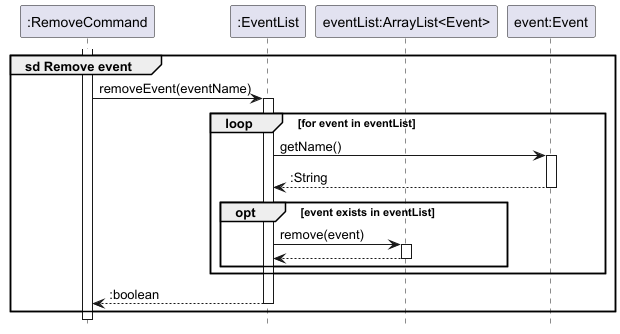
nus-cs2113-AY2425S1/tp keeps this PlantUML diagram as docs/images/RemoveEventSequenceDiagram.png. Above is the earlier version.
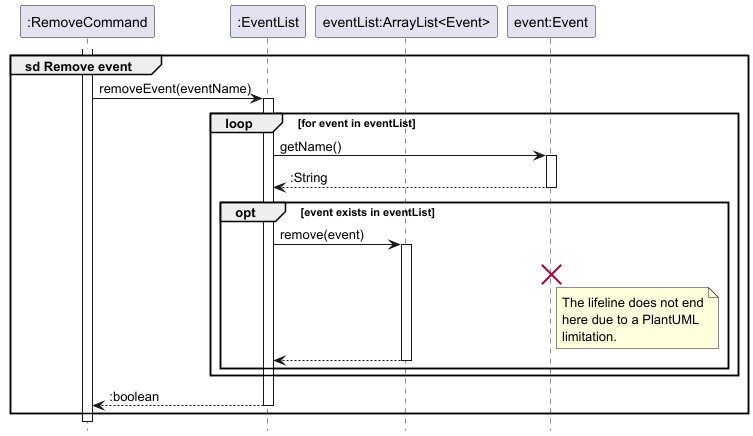
Later version of the same file.

Commit message:
Update instance destruction in sequence diagrams as per review

Change to the diagram source:
```diff
@@ -20,6 +20,12 @@
         opt event exists in eventList
             eventList -> list : remove(event)
             activate list
+            destroy event
+            note right of event
+                The lifeline does not end
+                here due to a PlantUML
+                limitation.
+            end note
             return
         end
     end
```
